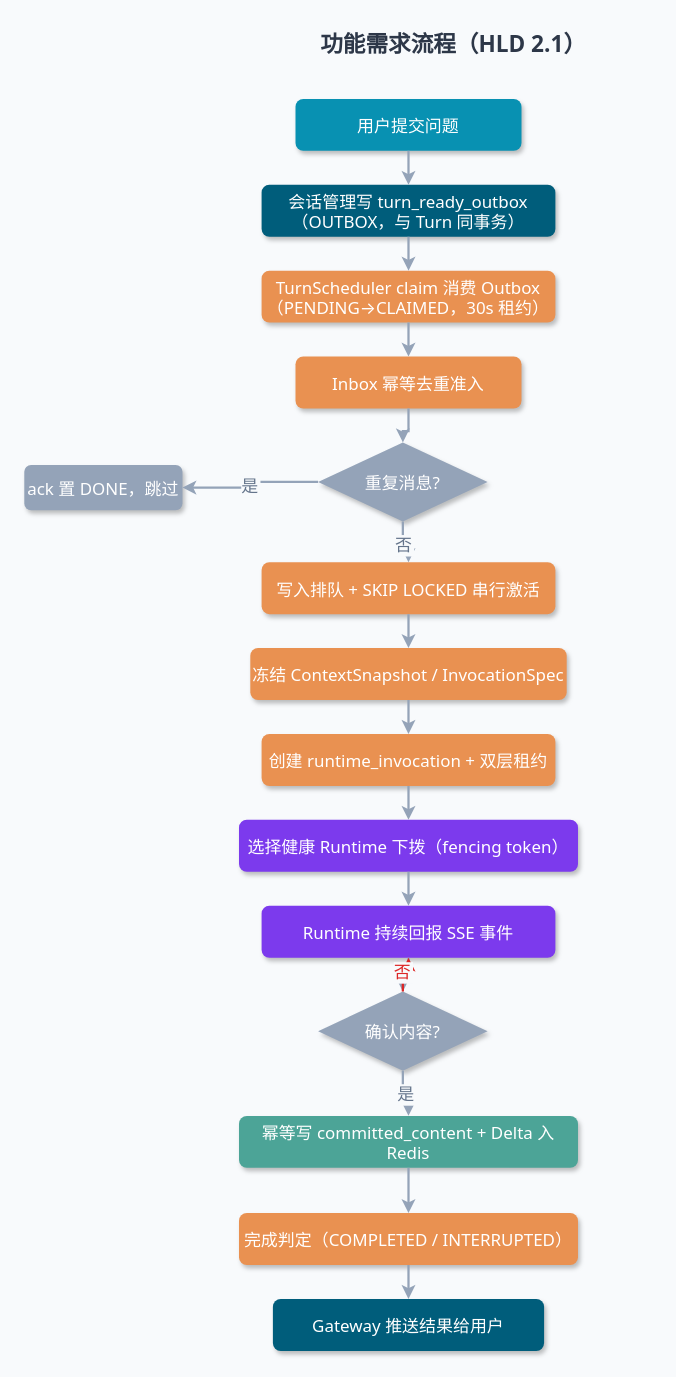
JamesLi-NLP/AgentGateway keeps this draw.io diagram as page "function-flow" (1 of 7) of design/diagrams/drawio/turn-scheduler-hld.drawio. Above is the earlier version. Source tidied: cells renumbered, new cells numbered last; positions are measured from the earlier drawing's top-left corner, leaving out a move shared by most shapes. Both pictures are drawn from the tidied source at 113%, with x=0, y=0 at pixel (24, 19).
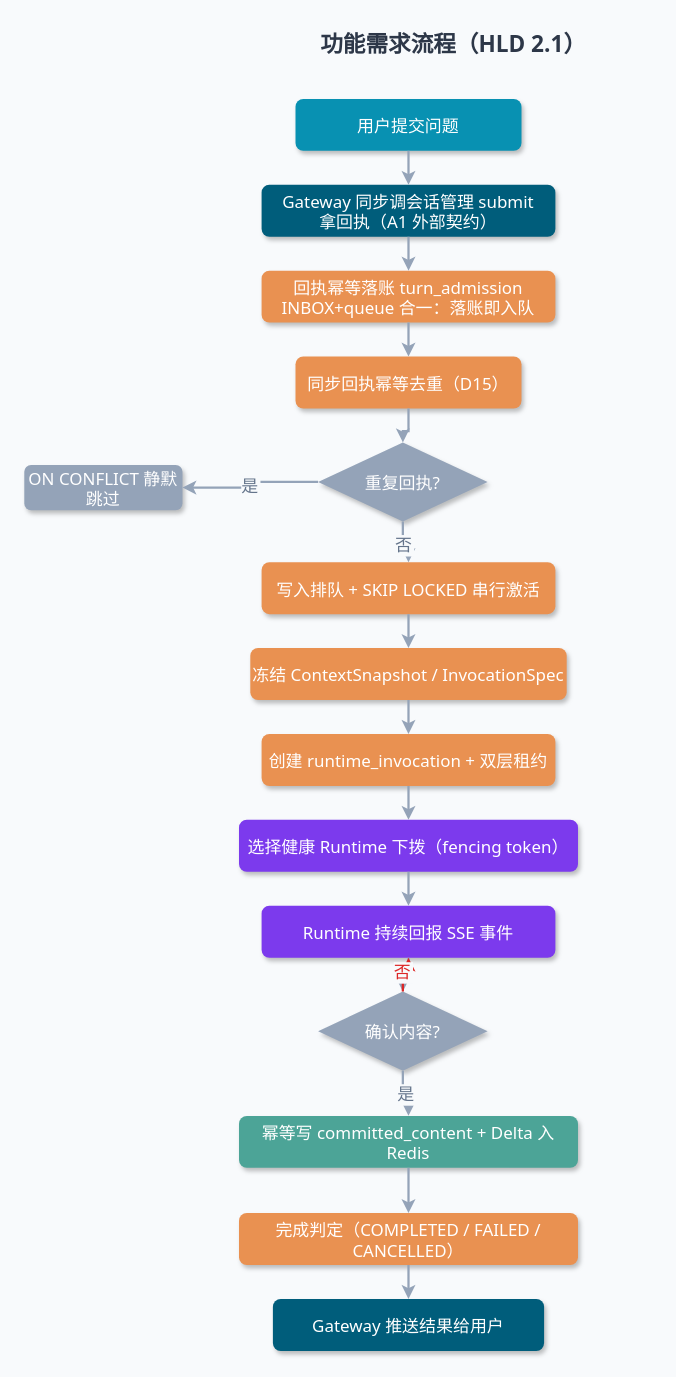
After the change.

Diff of the diagram source:
```diff
@@
-    <mxCell id="4" value="会话管理写 turn_ready_outbox&#10;（OUTBOX，与 Turn 同事务）" style="rounded=1;whiteSpace=wrap;fillColor=#005D7B;strokeColor=none;fontColor=#FFFFFF;fontFamily=system-ui, -apple-system, PingFang SC, Microsoft YaHei, sans-serif;fontSize=15;shadow=1;" parent="1" vertex="1">
+    <mxCell id="4" value="Gateway 同步调会话管理 submit&#10;拿回执（A1 外部契约）" style="rounded=1;whiteSpace=wrap;fillColor=#005D7B;strokeColor=none;fontColor=#FFFFFF;fontFamily=system-ui, -apple-system, PingFang SC, Microsoft YaHei, sans-serif;fontSize=15;shadow=1;" parent="1" vertex="1">
       <mxGeometry x="210" y="146" width="260" height="46" as="geometry" />
     </mxCell>
-    <mxCell id="5" value="TurnScheduler claim 消费 Outbox&#10;（PENDING→CLAIMED，30s 租约）" style="rounded=1;whiteSpace=wrap;fillColor=#E99151;strokeColor=none;fontColor=#FFFFFF;fontFamily=system-ui, -apple-system, PingFang SC, Microsoft YaHei, sans-serif;fontSize=15;shadow=1;" parent="1" vertex="1">
+    <mxCell id="5" value="回执幂等落账 turn_admission&#10;INBOX+queue 合一：落账即入队" style="rounded=1;whiteSpace=wrap;fillColor=#E99151;strokeColor=none;fontColor=#FFFFFF;fontFamily=system-ui, -apple-system, PingFang SC, Microsoft YaHei, sans-serif;fontSize=15;shadow=1;" parent="1" vertex="1">
       <mxGeometry x="210" y="222" width="260" height="46" as="geometry" />
     </mxCell>
-    <mxCell id="6" value="Inbox 幂等去重准入" style="rounded=1;whiteSpace=wrap;fillColor=#E99151;strokeColor=none;fontColor=#FFFFFF;fontFamily=system-ui, -apple-system, PingFang SC, Microsoft YaHei, sans-serif;fontSize=15;shadow=1;" parent="1" vertex="1">
+    <mxCell id="6" value="同步回执幂等去重（D15）" style="rounded=1;whiteSpace=wrap;fillColor=#E99151;strokeColor=none;fontColor=#FFFFFF;fontFamily=system-ui, -apple-system, PingFang SC, Microsoft YaHei, sans-serif;fontSize=15;shadow=1;" parent="1" vertex="1">
       <mxGeometry x="240" y="298" width="200" height="46" as="geometry" />
     </mxCell>
-    <mxCell id="7" value="重复消息?" style="rhombus;whiteSpace=wrap;fillColor=#94A3B8;strokeColor=none;fontColor=#FFFFFF;fontFamily=system-ui, -apple-system, PingFang SC, Microsoft YaHei, sans-serif;fontSize=15;shadow=1;" parent="1" vertex="1">
+    <mxCell id="7" value="重复回执?" style="rhombus;whiteSpace=wrap;fillColor=#94A3B8;strokeColor=none;fontColor=#FFFFFF;fontFamily=system-ui, -apple-system, PingFang SC, Microsoft YaHei, sans-serif;fontSize=15;shadow=1;" parent="1" vertex="1">
       <mxGeometry x="260" y="374" width="150" height="70" as="geometry" />
     </mxCell>
-    <mxCell id="8" value="ack 置 DONE，跳过" style="rounded=1;whiteSpace=wrap;fillColor=#94A3B8;strokeColor=none;fontColor=#FFFFFF;fontFamily=system-ui, -apple-system, PingFang SC, Microsoft YaHei, sans-serif;fontSize=15;shadow=1;" parent="1" vertex="1">
+    <mxCell id="8" value="ON CONFLICT 静默跳过" style="rounded=1;whiteSpace=wrap;fillColor=#94A3B8;strokeColor=none;fontColor=#FFFFFF;fontFamily=system-ui, -apple-system, PingFang SC, Microsoft YaHei, sans-serif;fontSize=15;shadow=1;" parent="1" vertex="1">
       <mxGeometry y="394" width="140" height="40" as="geometry" />
     </mxCell>
@@
-    <mxCell id="16" value="完成判定（COMPLETED / INTERRUPTED）" style="rounded=1;whiteSpace=wrap;fillColor=#E99151;strokeColor=none;fontColor=#FFFFFF;fontFamily=system-ui, -apple-system, PingFang SC, Microsoft YaHei, sans-serif;fontSize=15;shadow=1;" parent="1" vertex="1">
+    <mxCell id="16" value="完成判定（COMPLETED / FAILED / CANCELLED）" style="rounded=1;whiteSpace=wrap;fillColor=#E99151;strokeColor=none;fontColor=#FFFFFF;fontFamily=system-ui, -apple-system, PingFang SC, Microsoft YaHei, sans-serif;fontSize=15;shadow=1;" parent="1" vertex="1">
       <mxGeometry x="190" y="1056" width="300" height="46" as="geometry" />
     </mxCell>
```
